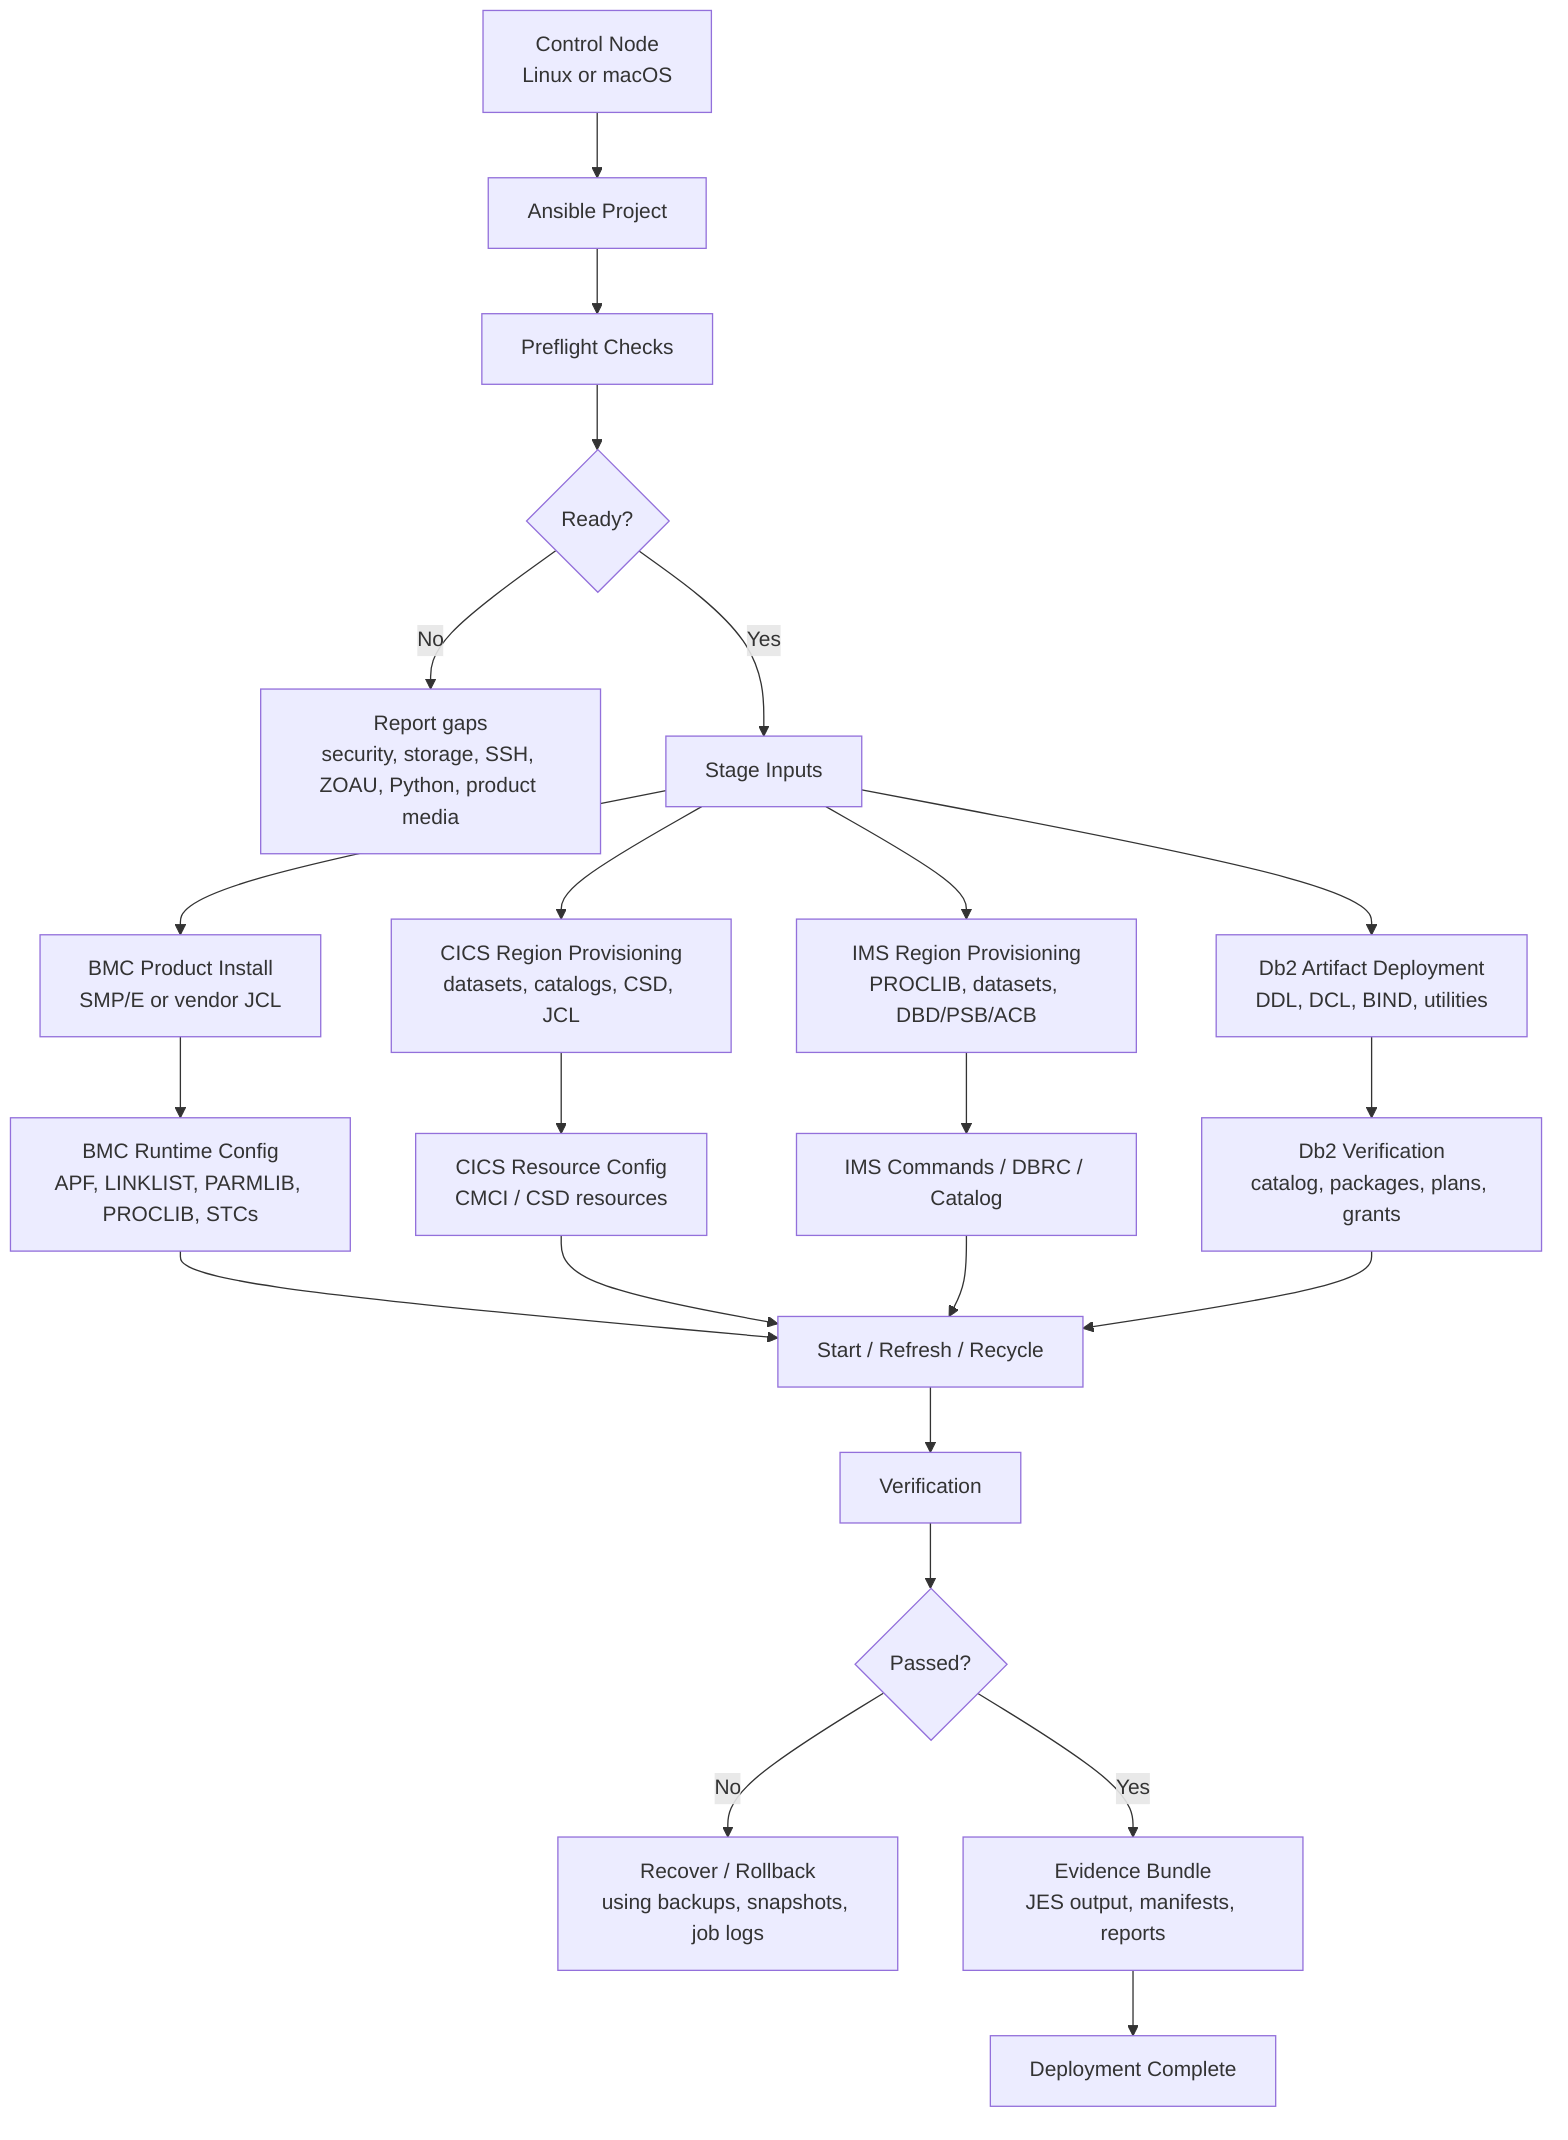
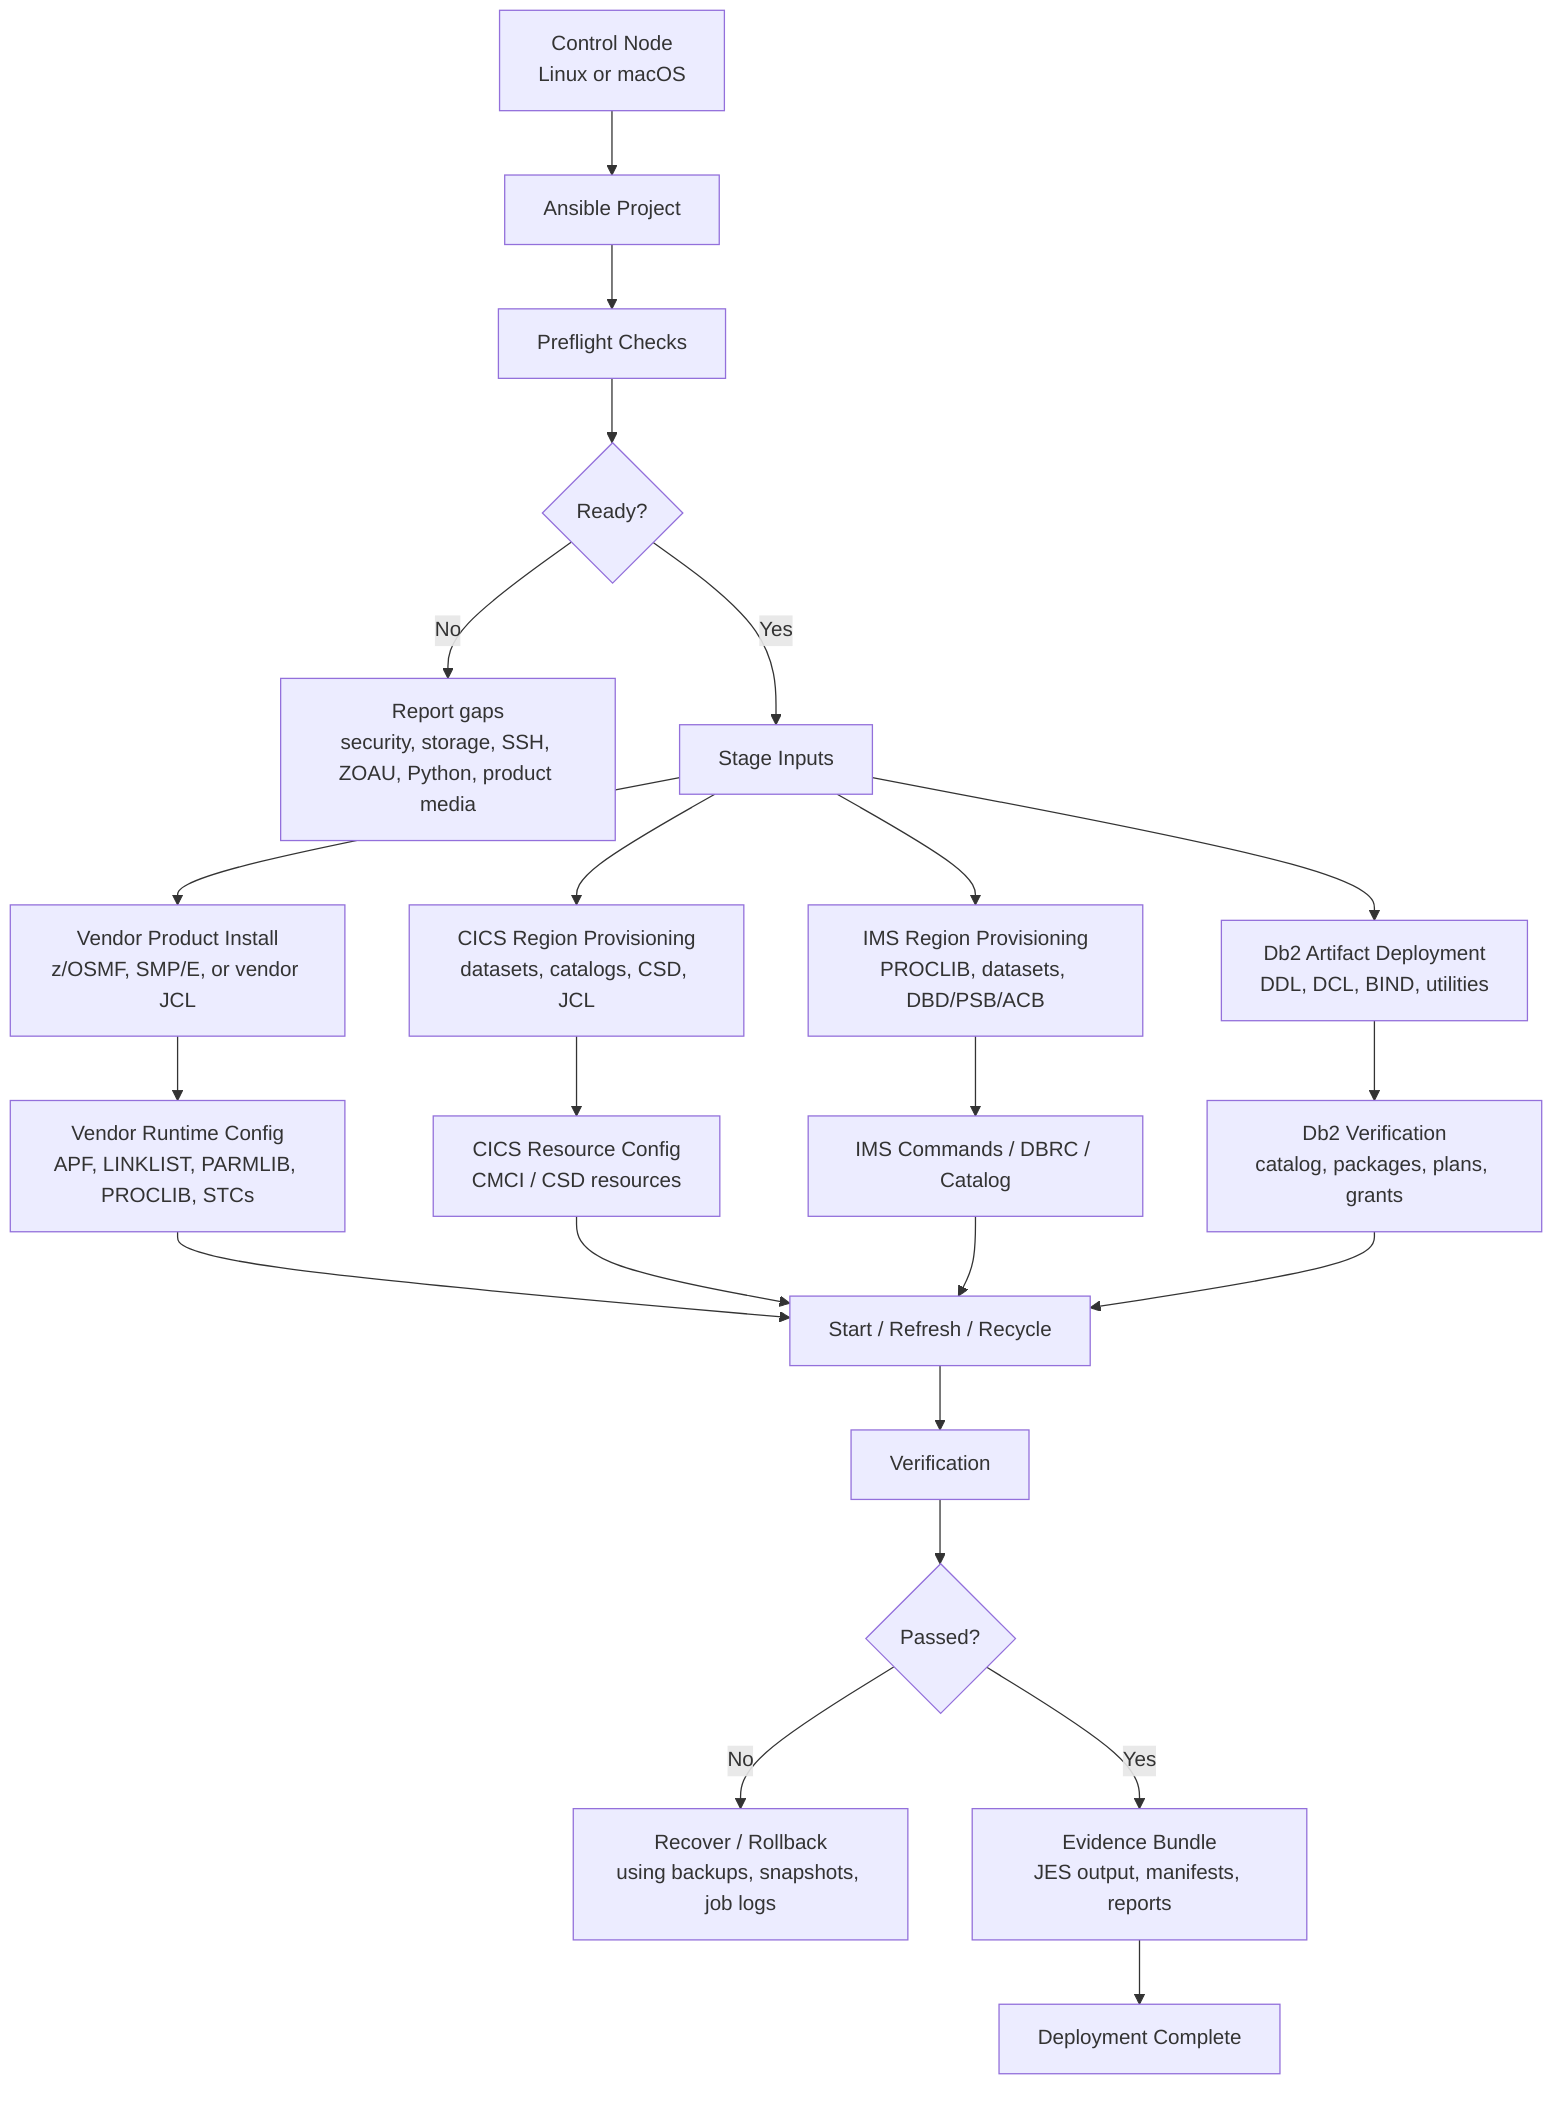
flowchart TD
    A["Control Node<br/>Linux or macOS"] --> B["Ansible Project"]
    B --> C["Preflight Checks"]

    C --> D{"Ready?"}
    D -- "No" --> E["Report gaps<br/>security, storage, SSH, ZOAU, Python, product media"]
    D -- "Yes" --> F["Stage Inputs"]

-     F --> G["BMC Product Install<br/>SMP/E or vendor JCL"]
-     G --> H["BMC Runtime Config<br/>APF, LINKLIST, PARMLIB, PROCLIB, STCs"]
+     F --> G["Vendor Product Install<br/>z/OSMF, SMP/E, or vendor JCL"]
+     G --> H["Vendor Runtime Config<br/>APF, LINKLIST, PARMLIB, PROCLIB, STCs"]

    F --> I["CICS Region Provisioning<br/>datasets, catalogs, CSD, JCL"]
    I --> J["CICS Resource Config<br/>CMCI / CSD resources"]

    F --> K["IMS Region Provisioning<br/>PROCLIB, datasets, DBD/PSB/ACB"]
    K --> L["IMS Commands / DBRC / Catalog"]

    F --> S["Db2 Artifact Deployment<br/>DDL, DCL, BIND, utilities"]
    S --> T["Db2 Verification<br/>catalog, packages, plans, grants"]

    H --> M["Start / Refresh / Recycle"]
    J --> M
    L --> M
    T --> M

    M --> N["Verification"]
    N --> O{"Passed?"}

    O -- "No" --> P["Recover / Rollback<br/>using backups, snapshots, job logs"]
    O -- "Yes" --> Q["Evidence Bundle<br/>JES output, manifests, reports"]

    Q --> R["Deployment Complete"]
